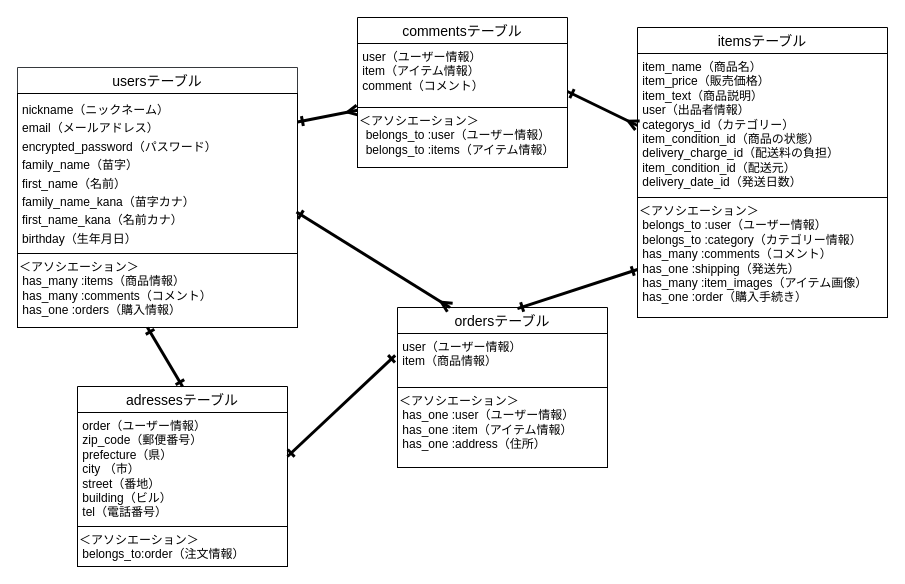
Above: furima.dio in OgawaManami/furima-39432 (draw.io), before the change. Source tidied: cells renumbered, new cells numbered last; positions are measured from the earlier drawing's top-left corner, leaving out a move shared by most shapes. Both pictures are drawn from the tidied source at 100%, with x=0, y=0 at pixel (17, 17).
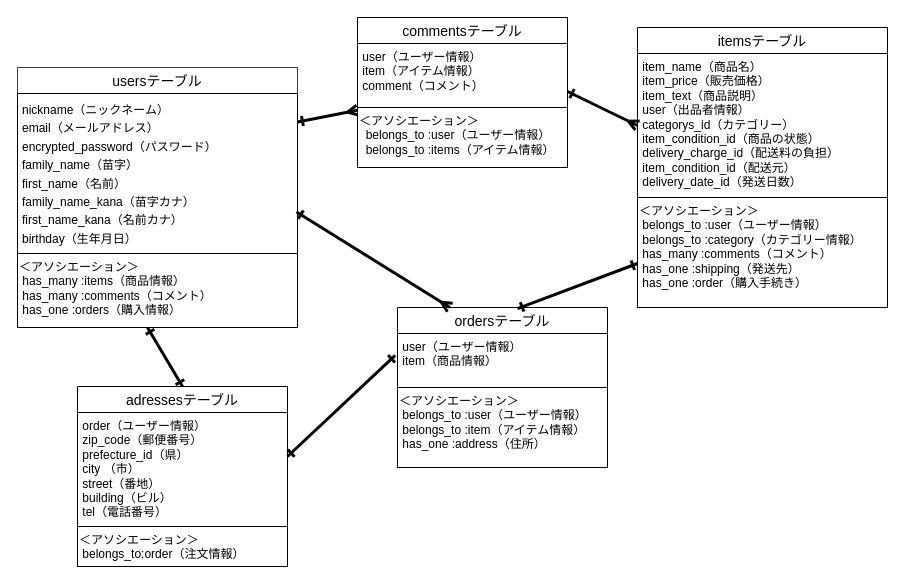
After the change.

Commit message (it also covers changes not shown here):
データベース設計6

# What
ER図・READMEの修正

# Why
データベース設計のため

Unchanged cells that the change refers to:
```xml
<mxCell id="12" value="ordersテーブル" style="swimlane;fontStyle=0;horizontal=1;startSize=26;align=center;fontSize=14;labelBackgroundColor=none;fillColor=#FFFFFF;fontColor=#000000;strokeColor=#000000;" parent="1" vertex="1">
  <mxGeometry x="380" y="290" width="210" height="160" as="geometry" />
</mxCell>
<mxCell id="18" value="adressesテーブル" style="swimlane;fontStyle=0;horizontal=1;startSize=26;align=center;fontSize=14;labelBackgroundColor=none;fillColor=#FFFFFF;fontColor=#000000;strokeColor=#000000;" parent="1" vertex="1">
  <mxGeometry x="60" y="369" width="210" height="140" as="geometry" />
</mxCell>
```

What changed in the source:
```diff
@@
     <mxCell id="6" value="itemsテーブル" style="swimlane;fontStyle=0;horizontal=1;startSize=26;align=center;fontSize=14;labelBackgroundColor=none;fillColor=#FFFFFF;strokeColor=#000000;fontColor=#000000;" parent="1" vertex="1">
-      <mxGeometry x="620" y="10" width="250" height="290" as="geometry" />
+      <mxGeometry x="620" y="10" width="250" height="280" as="geometry" />
     </mxCell>
@@
-    <mxCell id="8" value="＜アソシエーション＞&#10; belongs_to :user（ユーザー情報）&#10; belongs_to :category（カテゴリー情報）&#10; has_many :comments（コメント）&#10; has_one :shipping（発送先）&#10; has_many :item_images（アイテム画像）&#10; has_one :order（購入手続き）" style="text;whiteSpace=wrap;html=1;fillColor=#FFFFFF;fontColor=#000000;strokeColor=#000000;" parent="6" vertex="1">
-      <mxGeometry y="170" width="250" height="120" as="geometry" />
+    <mxCell id="8" value="＜アソシエーション＞&lt;br&gt;&amp;nbsp;belongs_to :user（ユーザー情報）&lt;br&gt;&amp;nbsp;belongs_to :category（カテゴリー情報）&lt;br&gt;&amp;nbsp;has_many :comments（コメント）&lt;br&gt;&amp;nbsp;has_one :shipping（発送先）&lt;br&gt;&amp;nbsp;has_one :order（購入手続き）" style="text;whiteSpace=wrap;html=1;fillColor=#FFFFFF;fontColor=#000000;strokeColor=#000000;" parent="6" vertex="1">
+      <mxGeometry y="170" width="250" height="110" as="geometry" />
     </mxCell>
@@
-    <mxCell id="14" value="&lt;div&gt;＜アソシエーション＞&lt;/div&gt;&lt;div&gt;&amp;nbsp;has_one :user（ユーザー情報）&lt;/div&gt;&lt;div&gt;&amp;nbsp;has_one :item（アイテム情報）&lt;br&gt;&amp;nbsp;has_one :address（住所）&lt;/div&gt;" style="text;whiteSpace=wrap;html=1;fillColor=#FFFFFF;fontColor=#000000;strokeColor=#000000;" parent="12" vertex="1">
+    <mxCell id="14" value="&lt;div&gt;＜アソシエーション＞&lt;/div&gt;&lt;div&gt;&amp;nbsp;belongs_to :user（ユーザー情報）&lt;/div&gt;&lt;div&gt;&amp;nbsp;belongs_to :item（アイテム情報）&lt;br&gt;&amp;nbsp;has_one :address（住所）&lt;/div&gt;" style="text;whiteSpace=wrap;html=1;fillColor=#FFFFFF;fontColor=#000000;strokeColor=#000000;" parent="12" vertex="1">
       <mxGeometry y="80" width="210" height="80" as="geometry" />
     </mxCell>
@@
-    <mxCell id="19" value="&lt;div&gt;&amp;nbsp;order（ユーザー情報）&lt;/div&gt;&lt;div&gt;&amp;nbsp;zip_code（郵便番号）&amp;nbsp;&lt;/div&gt;&lt;div&gt;&amp;nbsp;prefecture（県）&lt;br&gt;&lt;/div&gt;&lt;div&gt;&amp;nbsp;city&amp;nbsp;（市）&lt;/div&gt;&lt;div&gt;&amp;nbsp;street（番地）&lt;br&gt;&lt;/div&gt;&lt;div&gt;&amp;nbsp;building（ビル）&lt;/div&gt;&lt;div&gt;&amp;nbsp;tel（電話番号）&lt;/div&gt;" style="text;whiteSpace=wrap;html=1;fillColor=#FFFFFF;fontColor=#000000;strokeColor=#000000;" parent="18" vertex="1">
+    <mxCell id="19" value="&lt;div&gt;&amp;nbsp;order（ユーザー情報）&lt;/div&gt;&lt;div&gt;&amp;nbsp;zip_code（郵便番号）&amp;nbsp;&lt;/div&gt;&lt;div&gt;&amp;nbsp;prefecture_id（県）&lt;br&gt;&lt;/div&gt;&lt;div&gt;&amp;nbsp;city&amp;nbsp;（市）&lt;/div&gt;&lt;div&gt;&amp;nbsp;street（番地）&lt;br&gt;&lt;/div&gt;&lt;div&gt;&amp;nbsp;building（ビル）&lt;/div&gt;&lt;div&gt;&amp;nbsp;tel（電話番号）&lt;/div&gt;" style="text;whiteSpace=wrap;html=1;fillColor=#FFFFFF;fontColor=#000000;strokeColor=#000000;" parent="18" vertex="1">
       <mxGeometry y="26" width="210" height="114" as="geometry" />
     </mxCell>
```
